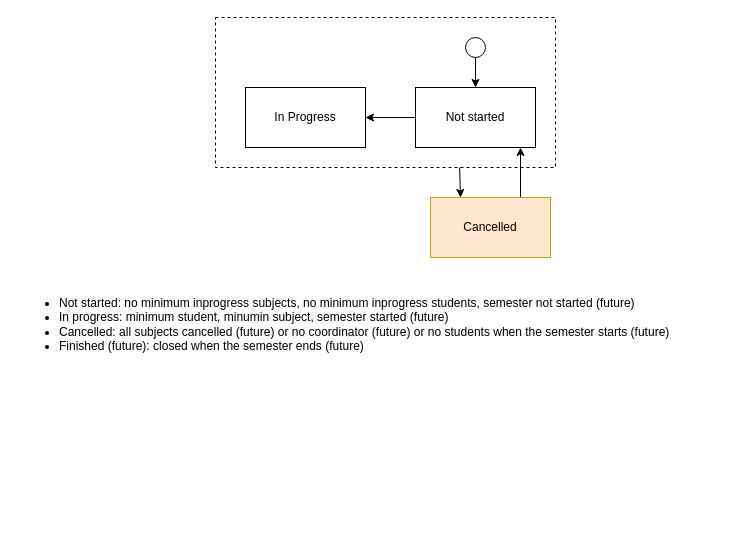
The draw.io diagram page "CourseState" (8 of 10) of architecture/components-phase1.drawio in douglasdcm/tdd_detroid, before the edit. Source tidied: cells renumbered, new cells numbered last; positions are measured from the earlier drawing's top-left corner, leaving out a move shared by most shapes. Both pictures are drawn from the tidied source at 100%, with x=0, y=0 at pixel (17, 17).
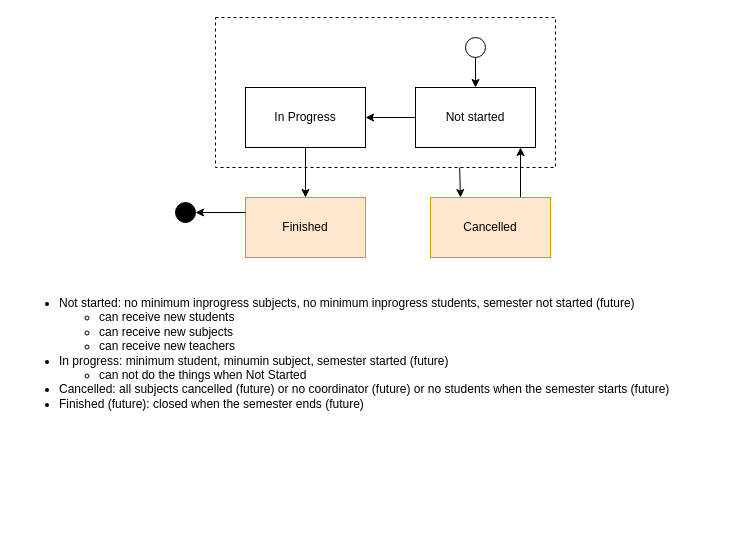
After the change.

What changed in the source:
```diff
@@
 <mxGraphModel>
   <root>
     <mxCell id="0" />
     <mxCell id="1" parent="0" />
-    <mxCell id="2" value="&lt;ul&gt;&lt;li&gt;Not started: no minimum inprogress subjects, no minimum inprogress students, semester not started (future)&lt;/li&gt;&lt;li&gt;In progress: minimum student, minumin subject, semester started (future)&lt;/li&gt;&lt;li&gt;Cancelled: all subjects cancelled (future) or no coordinator (future) or no students when the semester starts (future)&lt;/li&gt;&lt;li&gt;Finished (future): closed when the semester ends (future)&amp;nbsp;&amp;nbsp;&lt;/li&gt;&lt;/ul&gt;" style="text;html=1;align=left;verticalAlign=top;whiteSpace=wrap;rounded=0;" parent="1" vertex="1">
+    <mxCell id="2" value="&lt;ul&gt;&lt;li&gt;&lt;span style=&quot;background-color: transparent;&quot;&gt;Not started: no minimum inprogress subjects, no minimum inprogress students, semester not started (future)&lt;/span&gt;&lt;/li&gt;&lt;ul&gt;&lt;li&gt;can receive new students&lt;/li&gt;&lt;li&gt;can receive new subjects&lt;/li&gt;&lt;li&gt;can receive new teachers&lt;/li&gt;&lt;/ul&gt;&lt;li&gt;In progress: minimum student, minumin subject, semester started (future)&lt;/li&gt;&lt;ul&gt;&lt;li&gt;can not do the things when Not Started&lt;/li&gt;&lt;/ul&gt;&lt;li&gt;Cancelled: all subjects cancelled (future) or no coordinator (future) or no students when the semester starts (future)&lt;/li&gt;&lt;li&gt;Finished (future): closed when the semester ends (future)&amp;nbsp;&amp;nbsp;&lt;/li&gt;&lt;/ul&gt;" style="text;html=1;align=left;verticalAlign=top;whiteSpace=wrap;rounded=0;" parent="1" vertex="1">
       <mxGeometry y="260" width="700" height="260" as="geometry" />
     </mxCell>
     <mxCell id="3" style="edgeStyle=none;html=1;entryX=0.25;entryY=0;entryDx=0;entryDy=0;exitX=0.718;exitY=0.991;exitDx=0;exitDy=0;exitPerimeter=0;" parent="1" edge="1" source="4" target="6">
       <mxGeometry relative="1" as="geometry" />
     </mxCell>
     <mxCell id="4" style="rounded=0;whiteSpace=wrap;html=1;dashed=1;" parent="1" vertex="1">
       <mxGeometry x="198" width="340" height="150" as="geometry" />
     </mxCell>
     <mxCell id="5" style="html=1;entryX=0.875;entryY=1;entryDx=0;entryDy=0;exitX=0.75;exitY=0;exitDx=0;exitDy=0;entryPerimeter=0;" parent="1" edge="1" source="6" target="9">
       <mxGeometry relative="1" as="geometry" />
     </mxCell>
     <mxCell id="6" value="Cancelled" style="rounded=0;whiteSpace=wrap;html=1;fillColor=#ffe6cc;strokeColor=#d79b00;" parent="1" vertex="1">
       <mxGeometry x="413" y="180" width="120" height="60" as="geometry" />
     </mxCell>
     <mxCell id="7" style="edgeStyle=none;html=1;startArrow=classic;startFill=1;endArrow=none;endFill=0;" parent="1" edge="1" source="8" target="9">
       <mxGeometry relative="1" as="geometry" />
     </mxCell>
+    <mxCell id="12" style="edgeStyle=none;html=1;" parent="1" edge="1" source="8" target="13">
+      <mxGeometry relative="1" as="geometry" />
+    </mxCell>
     <mxCell id="8" value="In Progress" style="rounded=0;whiteSpace=wrap;html=1;" parent="1" vertex="1">
       <mxGeometry x="228" y="70" width="120" height="60" as="geometry" />
     </mxCell>
     <mxCell id="9" value="Not started" style="rounded=0;whiteSpace=wrap;html=1;" parent="1" vertex="1">
       <mxGeometry x="398" y="70" width="120" height="60" as="geometry" />
     </mxCell>
     <mxCell id="10" style="edgeStyle=none;html=1;entryX=0.5;entryY=0;entryDx=0;entryDy=0;" parent="1" edge="1" source="11" target="9">
       <mxGeometry relative="1" as="geometry" />
     </mxCell>
     <mxCell id="11" style="ellipse;whiteSpace=wrap;html=1;" parent="1" vertex="1">
       <mxGeometry x="448" y="20" width="20" height="20" as="geometry" />
     </mxCell>
+    <mxCell id="13" value="Finished" style="rounded=0;whiteSpace=wrap;html=1;fillColor=#ffe6cc;strokeColor=#d79b00;" parent="1" vertex="1">
+      <mxGeometry x="228" y="180" width="120" height="60" as="geometry" />
+    </mxCell>
+    <mxCell id="14" style="edgeStyle=none;html=1;exitX=0;exitY=0.25;exitDx=0;exitDy=0;" parent="1" edge="1" source="13" target="15">
+      <mxGeometry relative="1" as="geometry" />
+    </mxCell>
+    <mxCell id="15" style="ellipse;whiteSpace=wrap;html=1;fillStyle=auto;fillColor=#000000;" parent="1" vertex="1">
+      <mxGeometry x="158" y="185" width="20" height="20" as="geometry" />
+    </mxCell>
   </root>
 </mxGraphModel>
```
